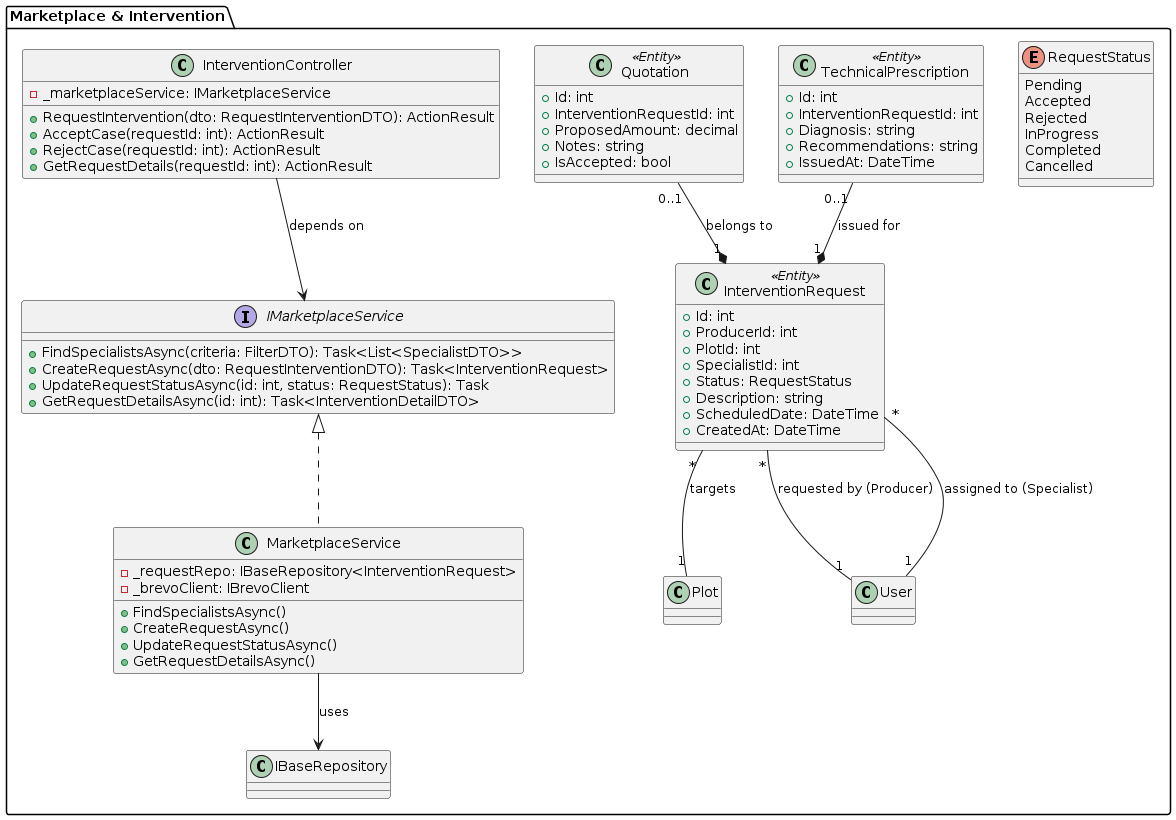
Above: report/assets/class-diagrams/marketplace-and-intervention-component-diagram.png in upc-pre-1asi0729-11848-arcadiadevs/viora-report (PlantUML), before the change.
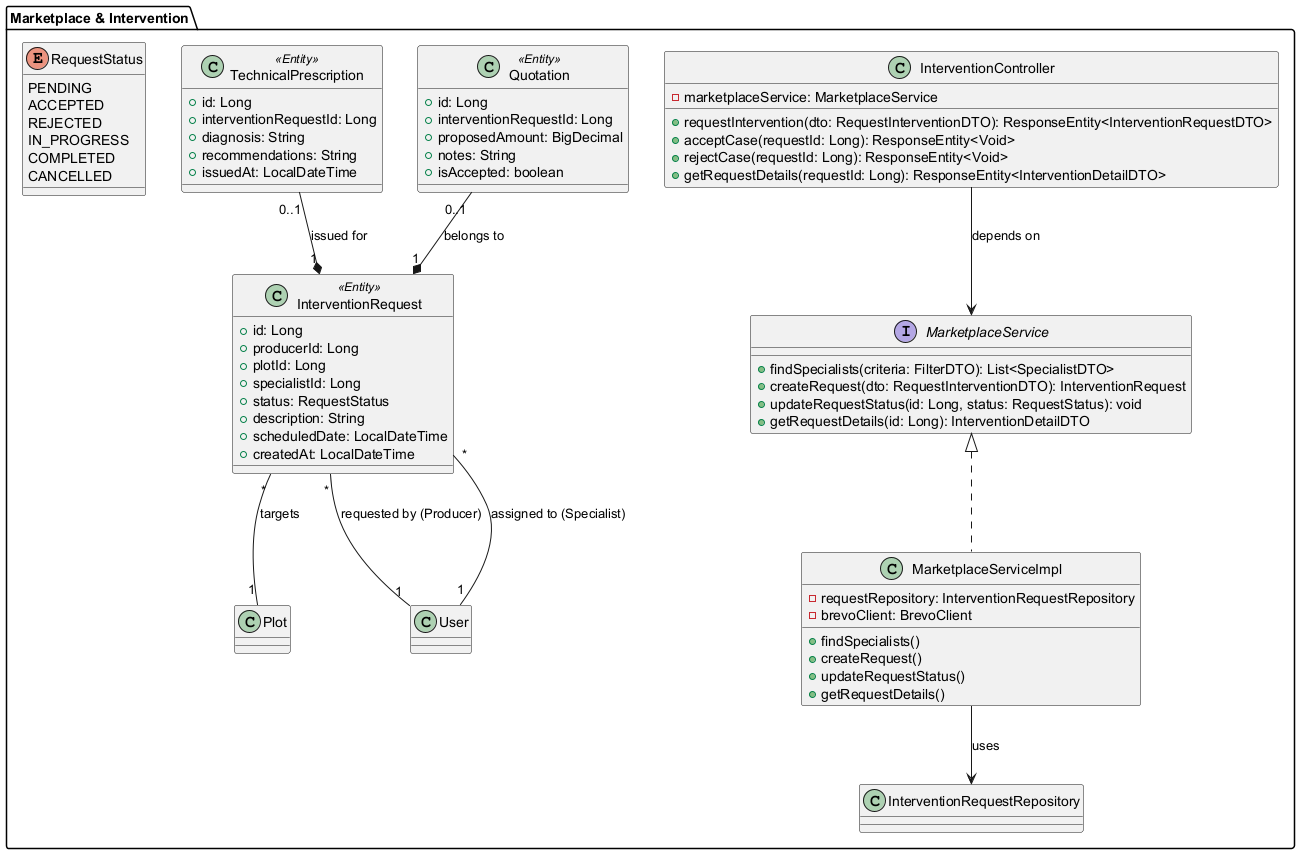
After the commit.

Diff of the diagram source:
```diff
@@ -1,68 +1,68 @@
 @startuml
 package "Marketplace & Intervention" {
     class InterventionController {
-        - _marketplaceService: IMarketplaceService
-        + RequestIntervention(dto: RequestInterventionDTO): ActionResult
-        + AcceptCase(requestId: int): ActionResult
-        + RejectCase(requestId: int): ActionResult
-        + GetRequestDetails(requestId: int): ActionResult
+        - marketplaceService: MarketplaceService
+        + requestIntervention(dto: RequestInterventionDTO): ResponseEntity<InterventionRequestDTO>
+        + acceptCase(requestId: Long): ResponseEntity<Void>
+        + rejectCase(requestId: Long): ResponseEntity<Void>
+        + getRequestDetails(requestId: Long): ResponseEntity<InterventionDetailDTO>
     }
 
-    interface IMarketplaceService {
-        + FindSpecialistsAsync(criteria: FilterDTO): Task<List<SpecialistDTO>>
-        + CreateRequestAsync(dto: RequestInterventionDTO): Task<InterventionRequest>
-        + UpdateRequestStatusAsync(id: int, status: RequestStatus): Task
-        + GetRequestDetailsAsync(id: int): Task<InterventionDetailDTO>
+    interface MarketplaceService {
+        + findSpecialists(criteria: FilterDTO): List<SpecialistDTO>
+        + createRequest(dto: RequestInterventionDTO): InterventionRequest
+        + updateRequestStatus(id: Long, status: RequestStatus): void
+        + getRequestDetails(id: Long): InterventionDetailDTO
     }
 
-    class MarketplaceService {
-        - _requestRepo: IBaseRepository<InterventionRequest>
-        - _brevoClient: IBrevoClient
-        + FindSpecialistsAsync()
-        + CreateRequestAsync()
-        + UpdateRequestStatusAsync()
-        + GetRequestDetailsAsync()
+    class MarketplaceServiceImpl {
+        - requestRepository: InterventionRequestRepository
+        - brevoClient: BrevoClient
+        + findSpecialists()
+        + createRequest()
+        + updateRequestStatus()
+        + getRequestDetails()
     }
 
     class InterventionRequest <<Entity>> {
-        + Id: int
-        + ProducerId: int
-        + PlotId: int
-        + SpecialistId: int
-        + Status: RequestStatus
-        + Description: string
-        + ScheduledDate: DateTime
-        + CreatedAt: DateTime
+        + id: Long
+        + producerId: Long
+        + plotId: Long
+        + specialistId: Long
+        + status: RequestStatus
+        + description: String
+        + scheduledDate: LocalDateTime
+        + createdAt: LocalDateTime
     }
 
     class Quotation <<Entity>> {
-        + Id: int
-        + InterventionRequestId: int
-        + ProposedAmount: decimal
-        + Notes: string
-        + IsAccepted: bool
+        + id: Long
+        + interventionRequestId: Long
+        + proposedAmount: BigDecimal
+        + notes: String
+        + isAccepted: boolean
     }
 
     class TechnicalPrescription <<Entity>> {
-        + Id: int
-        + InterventionRequestId: int
-        + Diagnosis: string
-        + Recommendations: string
-        + IssuedAt: DateTime
+        + id: Long
+        + interventionRequestId: Long
+        + diagnosis: String
+        + recommendations: String
+        + issuedAt: LocalDateTime
     }
 
     enum RequestStatus {
-        Pending
-        Accepted
-        Rejected
-        InProgress
-        Completed
-        Cancelled
+        PENDING
+        ACCEPTED
+        REJECTED
+        IN_PROGRESS
+        COMPLETED
+        CANCELLED
     }
 
-    IMarketplaceService <|.. MarketplaceService
-    MarketplaceService --> IBaseRepository : uses
-    InterventionController --> IMarketplaceService : depends on
+    MarketplaceService <|.. MarketplaceServiceImpl
+    MarketplaceServiceImpl --> InterventionRequestRepository : uses
+    InterventionController --> MarketplaceService : depends on
     InterventionRequest "*" -- "1" Plot : targets
     InterventionRequest "*" -- "1" User : requested by (Producer)
     InterventionRequest "*" -- "1" User : assigned to (Specialist)
```
